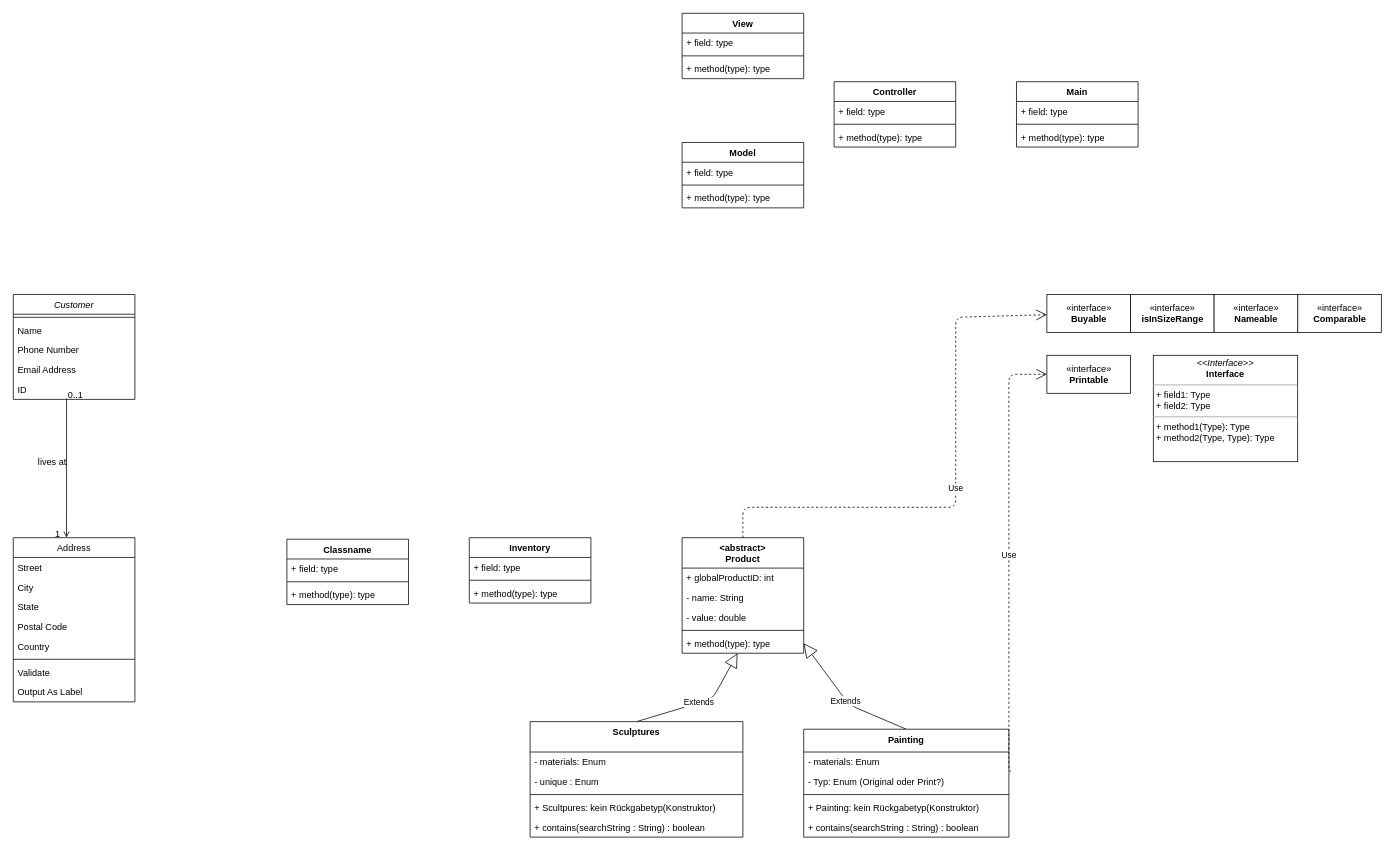
Before: page "Webshop" (3 of 4) of src/k05_InheritanceAndClassHierarchies/Banking/k05_InheritanceAndClassHierarchies.Banking.drawio in BobTheBuilder365/SoftwareEngineeringProjects, a draw.io diagram. Source tidied: cells renumbered, new cells numbered last; positions are measured from the earlier drawing's top-left corner, leaving out a move shared by most shapes. Both pictures are drawn from the tidied source at 76%, with x=0, y=0 at pixel (13, 13).
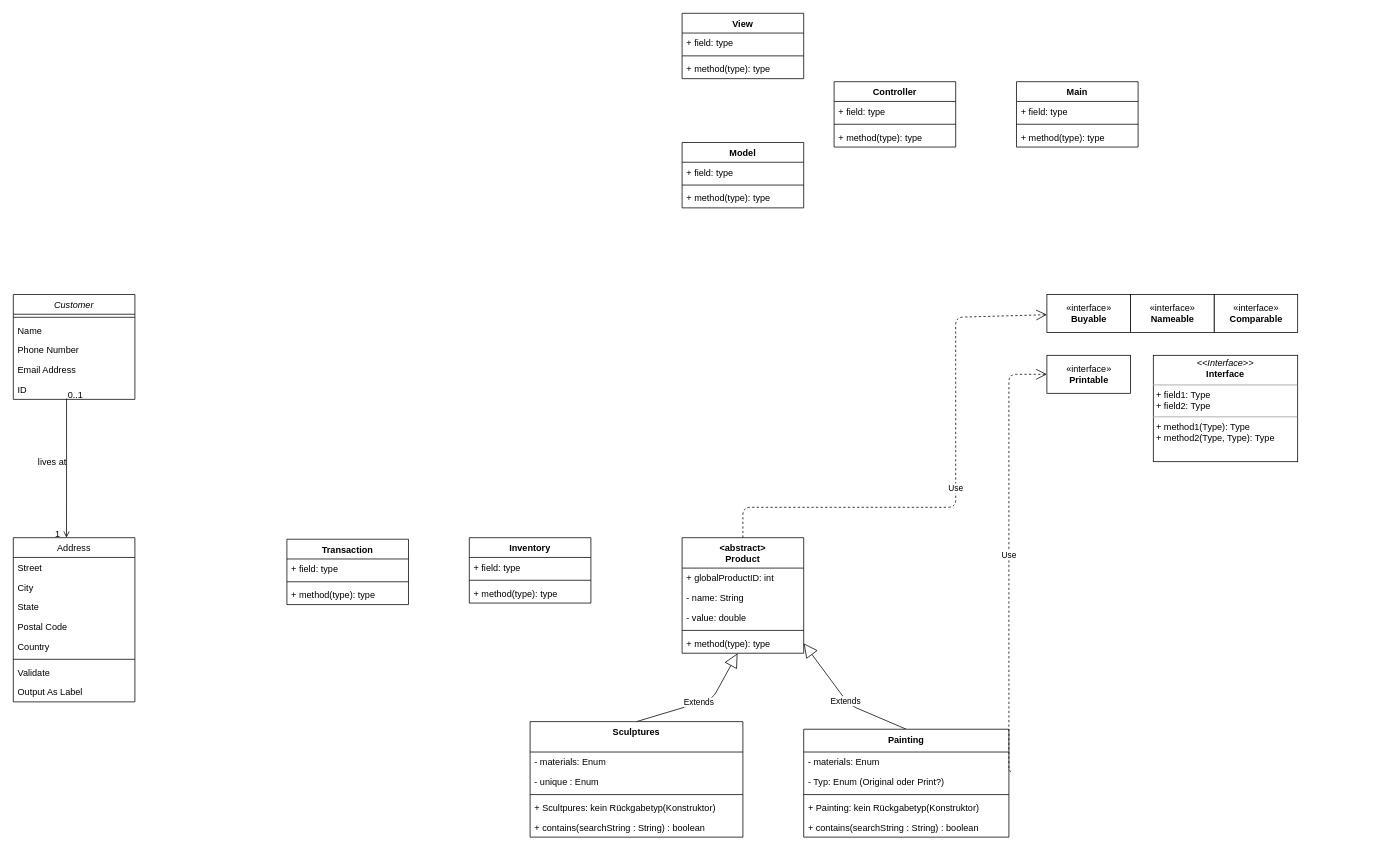
The same page after the edit.

Change to the diagram source:
```diff
@@
     <mxCell id="42" value="«interface»&lt;br&gt;&lt;b&gt;Comparable&lt;/b&gt;" style="html=1;" parent="1" vertex="1">
-      <mxGeometry x="1690" y="370" width="110" height="50" as="geometry" />
+      <mxGeometry x="1580" y="370" width="110" height="50" as="geometry" />
     </mxCell>
@@
-    <mxCell id="61" value="«interface»&lt;br&gt;&lt;b&gt;isInSizeRange&lt;/b&gt;" style="html=1;" parent="1" vertex="1">
-      <mxGeometry x="1470" y="370" width="110" height="50" as="geometry" />
-    </mxCell>
     <mxCell id="62" value="«interface»&lt;br&gt;&lt;b&gt;Nameable&lt;/b&gt;" style="html=1;" parent="1" vertex="1">
-      <mxGeometry x="1580" y="370" width="110" height="50" as="geometry" />
+      <mxGeometry x="1470" y="370" width="110" height="50" as="geometry" />
     </mxCell>
@@
-    <mxCell id="69" value="Classname" style="swimlane;fontStyle=1;align=center;verticalAlign=top;horizontal=1;startSize=26;" parent="1" vertex="1">
+    <mxCell id="69" value="Transaction" style="swimlane;fontStyle=1;align=center;verticalAlign=top;horizontal=1;startSize=26;" parent="1" vertex="1">
       <mxGeometry x="360" y="692" width="160" height="86" as="geometry" />
     </mxCell>
```
